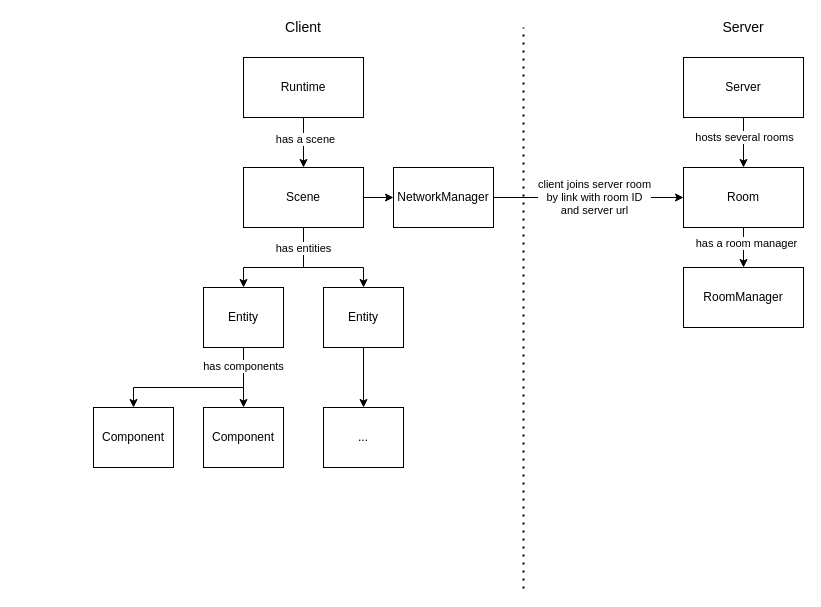
Before: docs/diagrams/concepts.drawio in isaac-mason/rapida, a draw.io diagram. Source tidied: cells renumbered, new cells numbered last; positions are measured from the earlier drawing's top-left corner, leaving out a move shared by most shapes. Both pictures are drawn from the tidied source at 100%, with x=0, y=0 at pixel (93, 17).
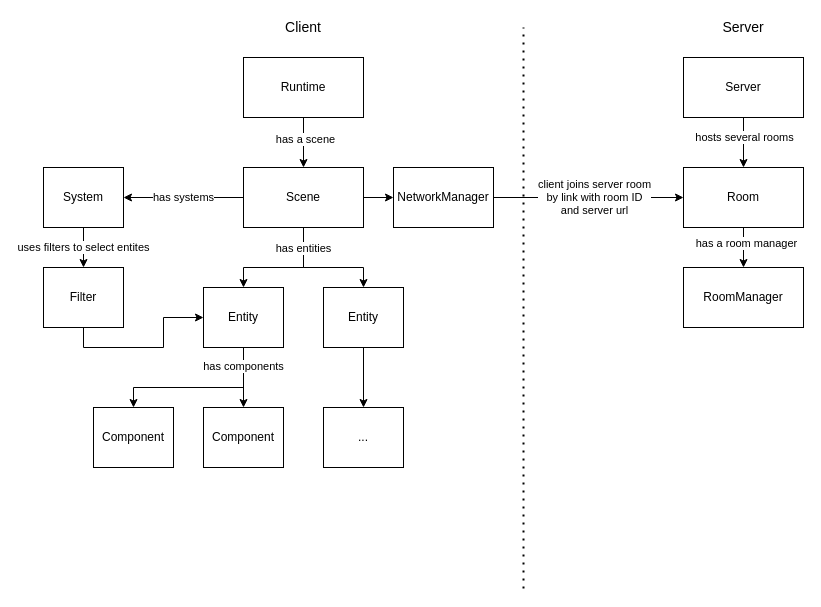
The same page after the edit.

Unchanged cells that the change refers to:
```xml
<mxCell id="12" value="Entity" style="rounded=0;whiteSpace=wrap;html=1;" parent="1" vertex="1">
  <mxGeometry x="110" y="270" width="80" height="60" as="geometry" />
</mxCell>
<mxCell id="29" value="Scene" style="rounded=0;whiteSpace=wrap;html=1;" parent="1" vertex="1">
  <mxGeometry x="150" y="150" width="120" height="60" as="geometry" />
</mxCell>
```

Diff of the diagram source:
```diff
@@
+    <mxCell id="32" value="has systems" style="edgeStyle=orthogonalEdgeStyle;rounded=0;jettySize=auto;html=1;exitX=0;exitY=0.5;exitDx=0;exitDy=0;entryX=1;entryY=0.5;entryDx=0;entryDy=0;" parent="1" edge="1" source="29" target="34">
+      <mxGeometry relative="1" as="geometry" />
+    </mxCell>
@@
+    <mxCell id="33" value="uses filters to select entites" style="edgeStyle=orthogonalEdgeStyle;rounded=0;jettySize=auto;html=1;exitX=0.5;exitY=1;exitDx=0;exitDy=0;entryX=0.5;entryY=0;entryDx=0;entryDy=0;" parent="1" edge="1" source="34" target="36">
+      <mxGeometry relative="1" as="geometry" />
+    </mxCell>
+    <mxCell id="34" value="System" style="rounded=0;whiteSpace=wrap;html=1;" parent="1" vertex="1">
+      <mxGeometry x="-50" y="150" width="80" height="60" as="geometry" />
+    </mxCell>
+    <mxCell id="35" style="edgeStyle=orthogonalEdgeStyle;rounded=0;jettySize=auto;html=1;exitX=0.5;exitY=1;exitDx=0;exitDy=0;entryX=0;entryY=0.5;entryDx=0;entryDy=0;" parent="1" edge="1" source="36" target="12">
+      <mxGeometry relative="1" as="geometry" />
+    </mxCell>
+    <mxCell id="36" value="Filter" style="rounded=0;whiteSpace=wrap;html=1;" parent="1" vertex="1">
+      <mxGeometry x="-50" y="250" width="80" height="60" as="geometry" />
+    </mxCell>
```
